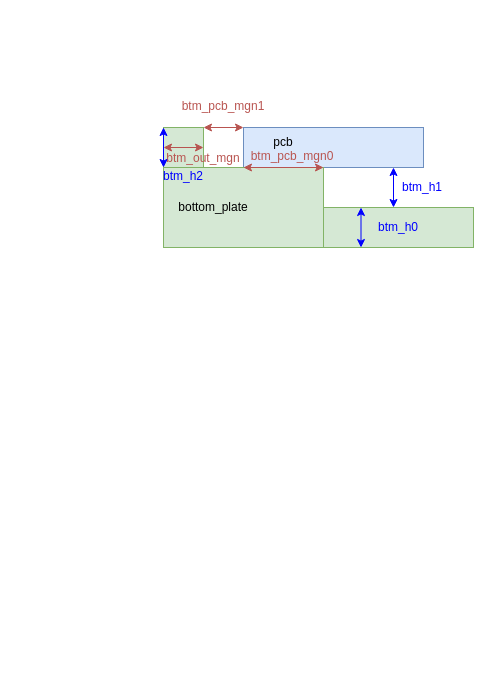
The draw.io diagram solx/components/keyboard/keycase.drawio in masashi2ueda/solx, before the edit. Source tidied: cells renumbered, new cells numbered last; positions are measured from the earlier drawing's top-left corner, leaving out a move shared by most shapes. Both pictures are drawn from the tidied source at 100%, with x=0, y=0 at pixel (153, 97).
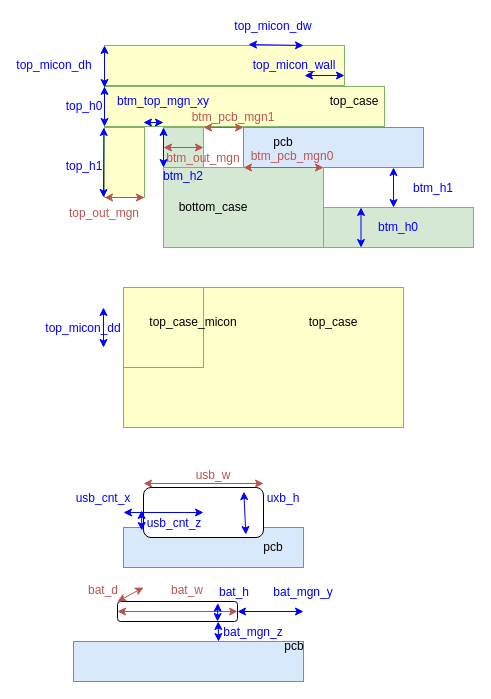
The same diagram, later.

The edit, as a diff of the source:
```diff
@@
+    <mxCell id="20" style="rounded=0;whiteSpace=wrap;html=1;fillColor=#FFFFCC;strokeColor=#82b366;" parent="1" vertex="1">
+      <mxGeometry x="-49" y="30" width="40" height="70" as="geometry" />
+    </mxCell>
+    <mxCell id="21" style="rounded=0;whiteSpace=wrap;html=1;fillColor=#FFFFCC;strokeColor=#82b366;" parent="1" vertex="1">
+      <mxGeometry x="-49" y="-11" width="280" height="40" as="geometry" />
+    </mxCell>
@@
     <mxCell id="3" value="btm_pcb_mgn1" style="text;html=1;align=center;verticalAlign=middle;whiteSpace=wrap;rounded=0;fontColor=light-dark(#b95551, #ededed);" parent="1" vertex="1">
-      <mxGeometry x="40" width="60" height="18" as="geometry" />
+      <mxGeometry x="50" y="11" width="60" height="18" as="geometry" />
     </mxCell>
@@
-    <mxCell id="9" value="bottom_plate" style="text;html=1;align=center;verticalAlign=middle;whiteSpace=wrap;rounded=0;" parent="1" vertex="1">
+    <mxCell id="9" value="bottom_case" style="text;html=1;align=center;verticalAlign=middle;whiteSpace=wrap;rounded=0;" parent="1" vertex="1">
       <mxGeometry x="30" y="95" width="60" height="30" as="geometry" />
     </mxCell>
@@
     <mxCell id="17" value="btm_h1" style="text;html=1;align=center;verticalAlign=middle;whiteSpace=wrap;rounded=0;fontColor=light-dark(#0000FF,#EDEDED);" parent="1" vertex="1">
-      <mxGeometry x="239" y="81" width="60" height="18" as="geometry" />
+      <mxGeometry x="250" y="82" width="60" height="18" as="geometry" />
     </mxCell>
@@
+    <mxCell id="22" style="rounded=0;whiteSpace=wrap;html=1;fillColor=#FFFFCC;strokeColor=#82b366;" parent="1" vertex="1">
+      <mxGeometry x="-49" y="-52" width="240" height="40" as="geometry" />
+    </mxCell>
+    <mxCell id="23" value="top_case" style="text;html=1;align=center;verticalAlign=middle;whiteSpace=wrap;rounded=0;" parent="1" vertex="1">
+      <mxGeometry x="171" y="-11" width="60" height="30" as="geometry" />
+    </mxCell>
+    <mxCell id="24" style="endArrow=classic;startArrow=classic;html=1;fillColor=#f8cecc;strokeColor=#0000FF;" parent="1" edge="1">
+      <mxGeometry relative="1" as="geometry">
+        <mxPoint x="-49.7" y="30" as="sourcePoint" />
+        <mxPoint x="-50" y="100" as="targetPoint" />
+      </mxGeometry>
+    </mxCell>
+    <mxCell id="25" value="top_h1" style="text;html=1;align=center;verticalAlign=middle;whiteSpace=wrap;rounded=0;fontColor=light-dark(#0000FF,#EDEDED);" parent="1" vertex="1">
+      <mxGeometry x="-99" y="60" width="60" height="18" as="geometry" />
+    </mxCell>
+    <mxCell id="26" style="endArrow=classic;startArrow=classic;html=1;fillColor=#f8cecc;strokeColor=#0000FF;entryX=0;entryY=1;entryDx=0;entryDy=0;exitX=0;exitY=0;exitDx=0;exitDy=0;" parent="1" edge="1">
+      <mxGeometry relative="1" as="geometry">
+        <mxPoint x="-49" y="-11" as="sourcePoint" />
+        <mxPoint x="-49" y="29" as="targetPoint" />
+      </mxGeometry>
+    </mxCell>
+    <mxCell id="27" value="top_h0" style="text;html=1;align=center;verticalAlign=middle;whiteSpace=wrap;rounded=0;fontColor=light-dark(#0000FF,#EDEDED);" parent="1" vertex="1">
+      <mxGeometry x="-99" width="60" height="18" as="geometry" />
+    </mxCell>
+    <mxCell id="28" style="endArrow=classic;startArrow=classic;html=1;fillColor=#f8cecc;strokeColor=#0000FF;exitX=0;exitY=0;exitDx=0;exitDy=0;" parent="1" edge="1">
+      <mxGeometry relative="1" as="geometry">
+        <mxPoint x="-49" y="-52" as="sourcePoint" />
+        <mxPoint x="-49" y="-10" as="targetPoint" />
+      </mxGeometry>
+    </mxCell>
+    <mxCell id="29" value="top_micon_dh" style="text;html=1;align=center;verticalAlign=middle;whiteSpace=wrap;rounded=0;fontColor=light-dark(#0000FF,#EDEDED);" parent="1" vertex="1">
+      <mxGeometry x="-129" y="-41" width="60" height="18" as="geometry" />
+    </mxCell>
+    <mxCell id="30" style="endArrow=classic;startArrow=classic;html=1;fillColor=#f8cecc;strokeColor=#0000FF;exitX=0.6;exitY=-0.025;exitDx=0;exitDy=0;exitPerimeter=0;" parent="1" edge="1" source="22">
+      <mxGeometry relative="1" as="geometry">
+        <mxPoint x="150" y="-52" as="targetPoint" />
+      </mxGeometry>
+    </mxCell>
+    <mxCell id="31" value="top_micon_dw" style="text;html=1;align=center;verticalAlign=middle;whiteSpace=wrap;rounded=0;fontColor=light-dark(#0000FF,#EDEDED);" parent="1" vertex="1">
+      <mxGeometry x="90" y="-80" width="60" height="18" as="geometry" />
+    </mxCell>
+    <mxCell id="32" style="endArrow=classic;startArrow=classic;html=1;exitX=1;exitY=0;exitDx=0;exitDy=0;fillColor=#f8cecc;strokeColor=#b85450;" parent="1" edge="1">
+      <mxGeometry relative="1" as="geometry">
+        <mxPoint x="-49" y="100" as="sourcePoint" />
+        <mxPoint x="-9" y="100" as="targetPoint" />
+      </mxGeometry>
+    </mxCell>
+    <mxCell id="33" value="top_out_mgn" style="text;html=1;align=center;verticalAlign=middle;whiteSpace=wrap;rounded=0;fontColor=light-dark(#b95551, #ededed);" parent="1" vertex="1">
+      <mxGeometry x="-79" y="107" width="60" height="18" as="geometry" />
+    </mxCell>
+    <mxCell id="34" style="rounded=0;whiteSpace=wrap;html=1;fillColor=#FFFFCC;strokeColor=#82b366;" parent="1" vertex="1">
+      <mxGeometry x="-30" y="190" width="280" height="140" as="geometry" />
+    </mxCell>
+    <mxCell id="35" style="rounded=0;whiteSpace=wrap;html=1;fillColor=#FFFFCC;strokeColor=#82b366;" parent="1" vertex="1">
+      <mxGeometry x="-30" y="190" width="80" height="80" as="geometry" />
+    </mxCell>
+    <mxCell id="36" value="top_case" style="text;html=1;align=center;verticalAlign=middle;whiteSpace=wrap;rounded=0;" parent="1" vertex="1">
+      <mxGeometry x="150" y="210" width="60" height="30" as="geometry" />
+    </mxCell>
+    <mxCell id="37" value="top_case_micon" style="text;html=1;align=center;verticalAlign=middle;whiteSpace=wrap;rounded=0;" parent="1" vertex="1">
+      <mxGeometry x="10" y="210" width="60" height="30" as="geometry" />
+    </mxCell>
+    <mxCell id="38" value="top_micon_dd" style="text;html=1;align=center;verticalAlign=middle;whiteSpace=wrap;rounded=0;fontColor=light-dark(#0000FF,#EDEDED);" parent="1" vertex="1">
+      <mxGeometry x="-100" y="222" width="60" height="18" as="geometry" />
+    </mxCell>
+    <mxCell id="39" style="endArrow=classic;startArrow=classic;html=1;fillColor=#f8cecc;strokeColor=#0000FF;" parent="1" edge="1">
+      <mxGeometry relative="1" as="geometry">
+        <mxPoint x="-50" y="210" as="sourcePoint" />
+        <mxPoint x="-50" y="250" as="targetPoint" />
+      </mxGeometry>
+    </mxCell>
+    <mxCell id="40" style="endArrow=classic;startArrow=classic;html=1;fillColor=#f8cecc;strokeColor=#0000FF;exitX=1;exitY=0.75;exitDx=0;exitDy=0;" parent="1" edge="1">
+      <mxGeometry relative="1" as="geometry">
+        <mxPoint x="151" y="-22" as="sourcePoint" />
+        <mxPoint x="191" y="-22" as="targetPoint" />
+      </mxGeometry>
+    </mxCell>
+    <mxCell id="41" value="top_micon_wall" style="text;html=1;align=center;verticalAlign=middle;whiteSpace=wrap;rounded=0;fontColor=light-dark(#0000FF,#EDEDED);" parent="1" vertex="1">
+      <mxGeometry x="111" y="-41" width="60" height="18" as="geometry" />
+    </mxCell>
+    <mxCell id="42" style="endArrow=classic;startArrow=classic;html=1;fillColor=#f8cecc;strokeColor=#0000FF;exitX=0.139;exitY=0.775;exitDx=0;exitDy=0;exitPerimeter=0;" parent="1" edge="1">
+      <mxGeometry relative="1" as="geometry">
+        <mxPoint x="-10.1" y="25" as="sourcePoint" />
+        <mxPoint x="10" y="25" as="targetPoint" />
+      </mxGeometry>
+    </mxCell>
+    <mxCell id="43" value="btm_top_mgn_xy" style="text;html=1;align=center;verticalAlign=middle;whiteSpace=wrap;rounded=0;fontColor=light-dark(#0000FF,#EDEDED);" parent="1" vertex="1">
+      <mxGeometry x="-20" y="-5" width="60" height="18" as="geometry" />
+    </mxCell>
+    <mxCell id="44" style="rounded=0;whiteSpace=wrap;html=1;fillColor=#dae8fc;strokeColor=#6c8ebf;" parent="1" vertex="1">
+      <mxGeometry x="-30" y="430" width="180" height="40" as="geometry" />
+    </mxCell>
+    <mxCell id="45" value="pcb" style="text;html=1;align=center;verticalAlign=middle;whiteSpace=wrap;rounded=0;" parent="1" vertex="1">
+      <mxGeometry x="90" y="435" width="60" height="30" as="geometry" />
+    </mxCell>
+    <mxCell id="46" style="rounded=1;whiteSpace=wrap;html=1;" parent="1" vertex="1">
+      <mxGeometry x="-10" y="390" width="120" height="50" as="geometry" />
+    </mxCell>
+    <mxCell id="47" value="usb_cnt_z" style="text;html=1;align=center;verticalAlign=middle;whiteSpace=wrap;rounded=0;fontColor=light-dark(#0000FF,#EDEDED);" parent="1" vertex="1">
+      <mxGeometry x="-9" y="417" width="60" height="18" as="geometry" />
+    </mxCell>
+    <mxCell id="48" style="endArrow=classic;startArrow=classic;html=1;fillColor=#f8cecc;strokeColor=#0000FF;" parent="1" edge="1">
+      <mxGeometry relative="1" as="geometry">
+        <mxPoint x="-12" y="413" as="sourcePoint" />
+        <mxPoint x="-11.7" y="433" as="targetPoint" />
+      </mxGeometry>
+    </mxCell>
+    <mxCell id="49" style="endArrow=classic;startArrow=classic;html=1;fillColor=#f8cecc;strokeColor=#0000FF;exitX=0.5;exitY=0.5;exitDx=0;exitDy=0;exitPerimeter=0;" parent="1" edge="1" source="46">
+      <mxGeometry relative="1" as="geometry">
+        <mxPoint x="-30" y="415" as="targetPoint" />
+      </mxGeometry>
+    </mxCell>
+    <mxCell id="50" value="usb_cnt_x" style="text;html=1;align=center;verticalAlign=middle;whiteSpace=wrap;rounded=0;fontColor=light-dark(#0000FF,#EDEDED);" parent="1" vertex="1">
+      <mxGeometry x="-80" y="392" width="60" height="18" as="geometry" />
+    </mxCell>
+    <mxCell id="51" value="usb_w" style="text;html=1;align=center;verticalAlign=middle;whiteSpace=wrap;rounded=0;fontColor=light-dark(#b95551, #ededed);" parent="1" vertex="1">
+      <mxGeometry x="30" y="369" width="60" height="18" as="geometry" />
+    </mxCell>
+    <mxCell id="52" style="endArrow=classic;startArrow=classic;html=1;exitX=0;exitY=0.5;exitDx=0;exitDy=0;fillColor=#f8cecc;strokeColor=#b85450;entryX=1;entryY=0.5;entryDx=0;entryDy=0;" parent="1" edge="1">
+      <mxGeometry relative="1" as="geometry">
+        <mxPoint x="-10" y="386" as="sourcePoint" />
+        <mxPoint x="110" y="386" as="targetPoint" />
+      </mxGeometry>
+    </mxCell>
+    <mxCell id="53" style="endArrow=classic;startArrow=classic;html=1;fillColor=#f8cecc;strokeColor=#0000FF;exitX=0.836;exitY=0.083;exitDx=0;exitDy=0;exitPerimeter=0;entryX=0.853;entryY=0.94;entryDx=0;entryDy=0;entryPerimeter=0;" parent="1" edge="1" source="46" target="46">
+      <mxGeometry relative="1" as="geometry" />
+    </mxCell>
+    <mxCell id="54" value="uxb_h" style="text;html=1;align=center;verticalAlign=middle;whiteSpace=wrap;rounded=0;fontColor=light-dark(#0000FF,#EDEDED);" parent="1" vertex="1">
+      <mxGeometry x="100" y="392" width="60" height="18" as="geometry" />
+    </mxCell>
+    <mxCell id="55" style="rounded=0;whiteSpace=wrap;html=1;fillColor=#dae8fc;strokeColor=#6c8ebf;" parent="1" vertex="1">
+      <mxGeometry x="-80" y="544" width="230" height="40" as="geometry" />
+    </mxCell>
+    <mxCell id="56" value="pcb" style="text;html=1;align=center;verticalAlign=middle;whiteSpace=wrap;rounded=0;" parent="1" vertex="1">
+      <mxGeometry x="111" y="534" width="60" height="30" as="geometry" />
+    </mxCell>
+    <mxCell id="57" style="rounded=1;whiteSpace=wrap;html=1;" parent="1" vertex="1">
+      <mxGeometry x="-36" y="504" width="120" height="20" as="geometry" />
+    </mxCell>
+    <mxCell id="58" value="bat_mgn_z" style="text;html=1;align=center;verticalAlign=middle;whiteSpace=wrap;rounded=0;fontColor=light-dark(#0000FF,#EDEDED);" parent="1" vertex="1">
+      <mxGeometry x="70" y="526" width="60" height="18" as="geometry" />
+    </mxCell>
+    <mxCell id="59" style="endArrow=classic;startArrow=classic;html=1;fillColor=#f8cecc;strokeColor=#0000FF;" parent="1" edge="1">
+      <mxGeometry relative="1" as="geometry">
+        <mxPoint x="64.7" y="524" as="sourcePoint" />
+        <mxPoint x="65" y="544" as="targetPoint" />
+      </mxGeometry>
+    </mxCell>
+    <mxCell id="60" style="endArrow=classic;startArrow=classic;html=1;fillColor=#f8cecc;strokeColor=#0000FF;exitX=1;exitY=0.5;exitDx=0;exitDy=0;" parent="1" edge="1" source="57">
+      <mxGeometry relative="1" as="geometry">
+        <mxPoint x="150" y="514" as="targetPoint" />
+      </mxGeometry>
+    </mxCell>
+    <mxCell id="61" value="bat_mgn_y" style="text;html=1;align=center;verticalAlign=middle;whiteSpace=wrap;rounded=0;fontColor=light-dark(#0000FF,#EDEDED);" parent="1" vertex="1">
+      <mxGeometry x="120" y="486" width="60" height="18" as="geometry" />
+    </mxCell>
+    <mxCell id="62" value="bat_w" style="text;html=1;align=center;verticalAlign=middle;whiteSpace=wrap;rounded=0;fontColor=light-dark(#b95551, #ededed);" parent="1" vertex="1">
+      <mxGeometry x="4" y="484" width="60" height="18" as="geometry" />
+    </mxCell>
+    <mxCell id="63" style="endArrow=classic;startArrow=classic;html=1;exitX=0;exitY=0.5;exitDx=0;exitDy=0;fillColor=#f8cecc;strokeColor=#b85450;entryX=1;entryY=0.5;entryDx=0;entryDy=0;" parent="1" edge="1" source="57" target="57">
+      <mxGeometry relative="1" as="geometry" />
+    </mxCell>
+    <mxCell id="64" style="endArrow=classic;startArrow=classic;html=1;fillColor=#f8cecc;strokeColor=#0000FF;exitX=0.836;exitY=0.083;exitDx=0;exitDy=0;exitPerimeter=0;" parent="1" edge="1" source="57">
+      <mxGeometry relative="1" as="geometry">
+        <mxPoint x="64" y="524" as="targetPoint" />
+      </mxGeometry>
+    </mxCell>
+    <mxCell id="65" value="bat_h" style="text;html=1;align=center;verticalAlign=middle;whiteSpace=wrap;rounded=0;fontColor=light-dark(#0000FF,#EDEDED);" parent="1" vertex="1">
+      <mxGeometry x="51" y="486" width="60" height="18" as="geometry" />
+    </mxCell>
+    <mxCell id="66" style="endArrow=classic;startArrow=classic;html=1;exitX=0;exitY=0;exitDx=0;exitDy=0;fillColor=#f8cecc;strokeColor=#b85450;" parent="1" edge="1" source="57">
+      <mxGeometry relative="1" as="geometry">
+        <mxPoint x="-10" y="490" as="targetPoint" />
+      </mxGeometry>
+    </mxCell>
+    <mxCell id="67" value="bat_d" style="text;html=1;align=center;verticalAlign=middle;whiteSpace=wrap;rounded=0;fontColor=light-dark(#b95551, #ededed);" parent="1" vertex="1">
+      <mxGeometry x="-80" y="484" width="60" height="18" as="geometry" />
+    </mxCell>
```
